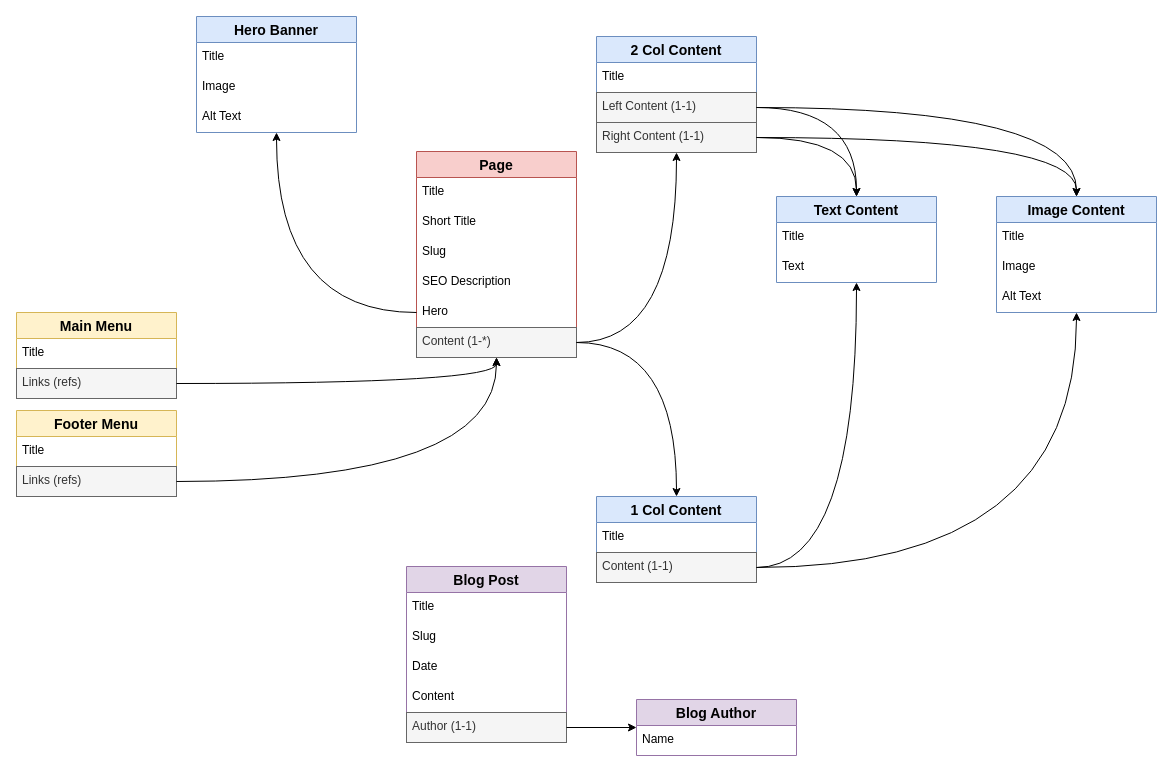
This is page "Content model" (2 of 3) of doc/overview.drawio from spacebetweentherapy/website, a draw.io file, before an edit. Source tidied: cells renumbered, new cells numbered last; positions are measured from the earlier drawing's top-left corner, leaving out a move shared by most shapes. Both pictures are drawn from the tidied source at 100%, with x=0, y=0 at pixel (16, 16).
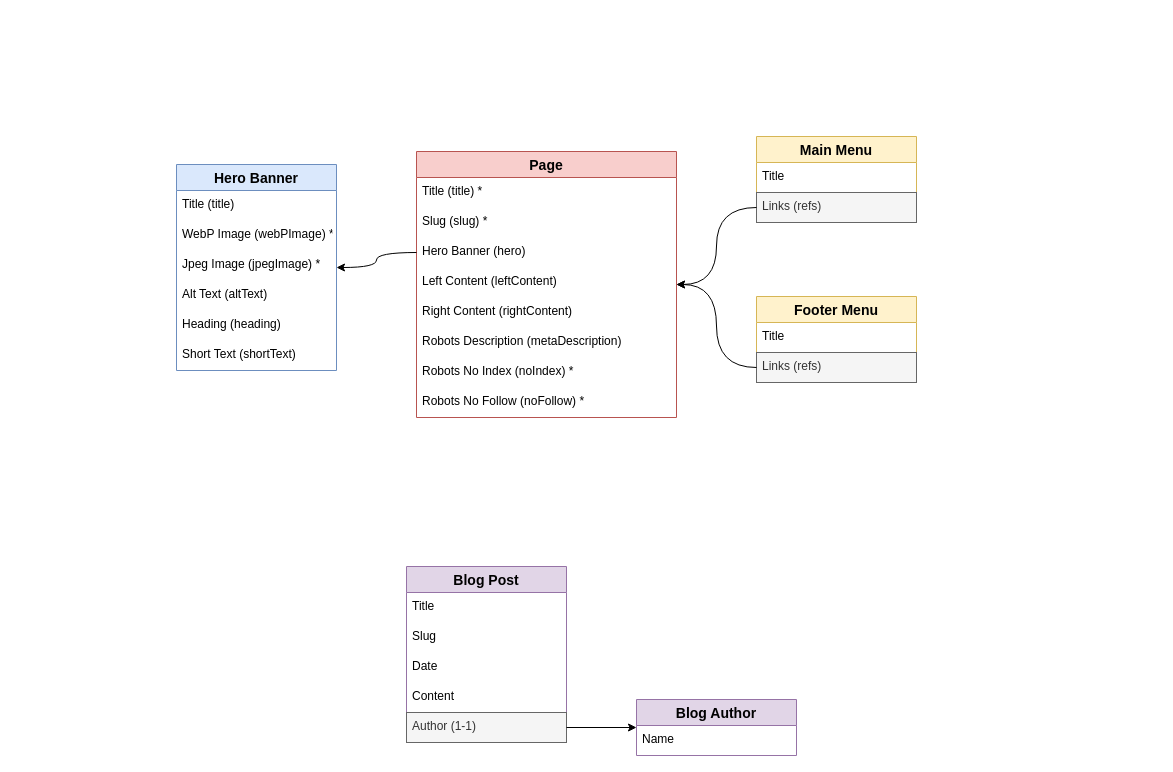
The same diagram, later.

What changed in the source:
```diff
@@
     <mxCell id="11" value="Hero Banner" style="swimlane;fontStyle=1;horizontal=1;startSize=26;align=center;fontSize=14;strokeColor=#6c8ebf;fillColor=#dae8fc;" parent="1" vertex="1">
-      <mxGeometry x="180" width="160" height="116" as="geometry" />
+      <mxGeometry x="160" y="148" width="160" height="206" as="geometry" />
     </mxCell>
-    <mxCell id="12" value="Title" style="text;strokeColor=none;fillColor=none;spacingLeft=4;spacingRight=4;overflow=hidden;fontSize=12;" parent="11" vertex="1">
+    <mxCell id="12" value="Title (title)" style="text;strokeColor=none;fillColor=none;spacingLeft=4;spacingRight=4;overflow=hidden;fontSize=12;" parent="11" vertex="1">
       <mxGeometry y="26" width="160" height="30" as="geometry" />
     </mxCell>
-    <mxCell id="13" value="Image" style="text;strokeColor=none;fillColor=none;spacingLeft=4;spacingRight=4;overflow=hidden;fontSize=12;" parent="11" vertex="1">
+    <mxCell id="13" value="WebP Image (webPImage) *" style="text;strokeColor=none;fillColor=none;spacingLeft=4;spacingRight=4;overflow=hidden;fontSize=12;" parent="11" vertex="1">
       <mxGeometry y="56" width="160" height="30" as="geometry" />
     </mxCell>
+    <mxCell id="53" value="Jpeg Image (jpegImage) *" style="text;strokeColor=none;fillColor=none;spacingLeft=4;spacingRight=4;overflow=hidden;fontSize=12;" parent="11" vertex="1">
+      <mxGeometry y="86" width="160" height="30" as="geometry" />
+    </mxCell>
-    <mxCell id="14" value="Alt Text" style="text;strokeColor=none;fillColor=none;spacingLeft=4;spacingRight=4;overflow=hidden;fontSize=12;" parent="11" vertex="1">
-      <mxGeometry y="86" width="160" height="30" as="geometry" />
+    <mxCell id="14" value="Alt Text (altText)" style="text;strokeColor=none;fillColor=none;spacingLeft=4;spacingRight=4;overflow=hidden;fontSize=12;" parent="11" vertex="1">
+      <mxGeometry y="116" width="160" height="30" as="geometry" />
     </mxCell>
+    <mxCell id="54" value="Heading (heading)" style="text;strokeColor=none;fillColor=none;spacingLeft=4;spacingRight=4;overflow=hidden;fontSize=12;" parent="11" vertex="1">
+      <mxGeometry y="146" width="160" height="30" as="geometry" />
+    </mxCell>
+    <mxCell id="55" value="Short Text (shortText)" style="text;strokeColor=none;fillColor=none;spacingLeft=4;spacingRight=4;overflow=hidden;fontSize=12;" parent="11" vertex="1">
+      <mxGeometry y="176" width="160" height="30" as="geometry" />
+    </mxCell>
     <mxCell id="15" value="Page" style="swimlane;fontStyle=1;horizontal=1;startSize=26;align=center;fontSize=14;strokeColor=#b85450;fillColor=#f8cecc;" parent="1" vertex="1">
-      <mxGeometry x="400" y="135" width="160" height="206" as="geometry" />
+      <mxGeometry x="400" y="135" width="260" height="266" as="geometry" />
     </mxCell>
-    <mxCell id="16" value="Title" style="text;strokeColor=none;fillColor=none;spacingLeft=4;spacingRight=4;overflow=hidden;fontSize=12;" parent="15" vertex="1">
-      <mxGeometry y="26" width="160" height="30" as="geometry" />
+    <mxCell id="16" value="Title (title) *" style="text;strokeColor=none;fillColor=none;spacingLeft=4;spacingRight=4;overflow=hidden;fontSize=12;" parent="15" vertex="1">
+      <mxGeometry y="26" width="260" height="30" as="geometry" />
     </mxCell>
-    <mxCell id="17" value="Short Title" style="text;strokeColor=none;fillColor=none;spacingLeft=4;spacingRight=4;overflow=hidden;fontSize=12;" parent="15" vertex="1">
-      <mxGeometry y="56" width="160" height="30" as="geometry" />
-    </mxCell>
-    <mxCell id="18" value="Slug" style="text;strokeColor=none;fillColor=none;spacingLeft=4;spacingRight=4;overflow=hidden;fontSize=12;" parent="15" vertex="1">
-      <mxGeometry y="86" width="160" height="30" as="geometry" />
+    <mxCell id="18" value="Slug (slug) *" style="text;strokeColor=none;fillColor=none;spacingLeft=4;spacingRight=4;overflow=hidden;fontSize=12;" parent="15" vertex="1">
+      <mxGeometry y="56" width="260" height="30" as="geometry" />
     </mxCell>
+    <mxCell id="20" value="Hero Banner (hero)" style="text;strokeColor=none;fillColor=none;spacingLeft=4;spacingRight=4;overflow=hidden;points=[[0,0.5],[1,0.5]];portConstraint=eastwest;fontSize=12;" parent="15" vertex="1">
+      <mxGeometry y="86" width="260" height="30" as="geometry" />
+    </mxCell>
+    <mxCell id="56" value="Left Content (leftContent)" style="text;strokeColor=none;fillColor=none;spacingLeft=4;spacingRight=4;overflow=hidden;fontSize=12;" parent="15" vertex="1">
+      <mxGeometry y="116" width="260" height="30" as="geometry" />
+    </mxCell>
+    <mxCell id="57" value="Right Content (rightContent)" style="text;strokeColor=none;fillColor=none;spacingLeft=4;spacingRight=4;overflow=hidden;fontSize=12;" parent="15" vertex="1">
+      <mxGeometry y="146" width="260" height="30" as="geometry" />
+    </mxCell>
-    <mxCell id="19" value="SEO Description" style="text;strokeColor=none;fillColor=none;spacingLeft=4;spacingRight=4;overflow=hidden;fontSize=12;" parent="15" vertex="1">
-      <mxGeometry y="116" width="160" height="30" as="geometry" />
+    <mxCell id="19" value="Robots Description (metaDescription)" style="text;strokeColor=none;fillColor=none;spacingLeft=4;spacingRight=4;overflow=hidden;fontSize=12;" parent="15" vertex="1">
+      <mxGeometry y="176" width="260" height="30" as="geometry" />
     </mxCell>
-    <mxCell id="20" value="Hero" style="text;strokeColor=none;fillColor=none;spacingLeft=4;spacingRight=4;overflow=hidden;points=[[0,0.5],[1,0.5]];portConstraint=eastwest;fontSize=12;" parent="15" vertex="1">
-      <mxGeometry y="146" width="160" height="30" as="geometry" />
-    </mxCell>
-    <mxCell id="21" value="Content (1-*)" style="text;spacingLeft=4;spacingRight=4;overflow=hidden;points=[[0,0.5],[1,0.5]];portConstraint=eastwest;fontSize=12;strokeColor=#666666;fillColor=#f5f5f5;fontColor=#333333;" parent="15" vertex="1">
-      <mxGeometry y="176" width="160" height="30" as="geometry" />
-    </mxCell>
-    <mxCell id="22" value="2 Col Content" style="swimlane;fontStyle=1;horizontal=1;startSize=26;align=center;fontSize=14;strokeColor=#6c8ebf;fillColor=#dae8fc;" parent="1" vertex="1">
-      <mxGeometry x="580" y="20" width="160" height="116" as="geometry" />
-    </mxCell>
-    <mxCell id="23" value="Title" style="text;strokeColor=none;fillColor=none;spacingLeft=4;spacingRight=4;overflow=hidden;fontSize=12;" parent="22" vertex="1">
-      <mxGeometry y="26" width="160" height="30" as="geometry" />
-    </mxCell>
-    <mxCell id="24" value="Left Content (1-1)" style="text;strokeColor=#666666;fillColor=#f5f5f5;spacingLeft=4;spacingRight=4;overflow=hidden;points=[[0,0.5],[1,0.5]];portConstraint=eastwest;fontSize=12;fontColor=#333333;" parent="22" vertex="1">
-      <mxGeometry y="56" width="160" height="30" as="geometry" />
-    </mxCell>
-    <mxCell id="25" value="Right Content (1-1)" style="text;strokeColor=#666666;fillColor=#f5f5f5;spacingLeft=4;spacingRight=4;overflow=hidden;points=[[0,0.5],[1,0.5]];portConstraint=eastwest;fontSize=12;fontColor=#333333;" parent="22" vertex="1">
-      <mxGeometry y="86" width="160" height="30" as="geometry" />
-    </mxCell>
+    <mxCell id="58" value="Robots No Index (noIndex) *" style="text;strokeColor=none;fillColor=none;spacingLeft=4;spacingRight=4;overflow=hidden;fontSize=12;" parent="15" vertex="1">
+      <mxGeometry y="206" width="260" height="30" as="geometry" />
+    </mxCell>
+    <mxCell id="59" value="Robots No Follow (noFollow) *" style="text;strokeColor=none;fillColor=none;spacingLeft=4;spacingRight=4;overflow=hidden;fontSize=12;" parent="15" vertex="1">
+      <mxGeometry y="236" width="260" height="30" as="geometry" />
+    </mxCell>
@@
-    <mxCell id="27" style="edgeStyle=orthogonalEdgeStyle;jettySize=auto;html=1;curved=1;" parent="1" edge="1" source="21" target="22">
-      <mxGeometry relative="1" as="geometry" />
-    </mxCell>
-    <mxCell id="28" value="Text Content" style="swimlane;fontStyle=1;horizontal=1;startSize=26;align=center;fontSize=14;strokeColor=#6c8ebf;fillColor=#dae8fc;" parent="1" vertex="1">
-      <mxGeometry x="760" y="180" width="160" height="86" as="geometry" />
-    </mxCell>
-    <mxCell id="29" value="Title" style="text;strokeColor=none;fillColor=none;spacingLeft=4;spacingRight=4;overflow=hidden;fontSize=12;" parent="28" vertex="1">
-      <mxGeometry y="26" width="160" height="30" as="geometry" />
-    </mxCell>
-    <mxCell id="30" value="Text" style="text;strokeColor=none;fillColor=none;spacingLeft=4;spacingRight=4;overflow=hidden;fontSize=12;" parent="28" vertex="1">
-      <mxGeometry y="56" width="160" height="30" as="geometry" />
-    </mxCell>
-    <mxCell id="31" value="Image Content" style="swimlane;fontStyle=1;horizontal=1;startSize=26;align=center;fontSize=14;strokeColor=#6c8ebf;fillColor=#dae8fc;" parent="1" vertex="1">
-      <mxGeometry x="980" y="180" width="160" height="116" as="geometry" />
-    </mxCell>
-    <mxCell id="32" value="Title" style="text;strokeColor=none;fillColor=none;spacingLeft=4;spacingRight=4;overflow=hidden;fontSize=12;" parent="31" vertex="1">
-      <mxGeometry y="26" width="160" height="30" as="geometry" />
-    </mxCell>
-    <mxCell id="33" value="Image" style="text;strokeColor=none;fillColor=none;spacingLeft=4;spacingRight=4;overflow=hidden;fontSize=12;" parent="31" vertex="1">
-      <mxGeometry y="56" width="160" height="30" as="geometry" />
-    </mxCell>
-    <mxCell id="34" value="Alt Text" style="text;strokeColor=none;fillColor=none;spacingLeft=4;spacingRight=4;overflow=hidden;fontSize=12;" parent="31" vertex="1">
-      <mxGeometry y="86" width="160" height="30" as="geometry" />
-    </mxCell>
-    <mxCell id="35" style="edgeStyle=orthogonalEdgeStyle;curved=1;jettySize=auto;html=1;strokeColor=#000000;" parent="1" edge="1" source="24" target="28">
-      <mxGeometry relative="1" as="geometry" />
+    <mxCell id="35" style="edgeStyle=orthogonalEdgeStyle;curved=1;orthogonalLoop=1;jettySize=auto;html=1;strokeColor=#000000;" parent="1" edge="1">
+      <mxGeometry relative="1" as="geometry">
+        <mxPoint x="740" y="91" as="sourcePoint" />
+      </mxGeometry>
     </mxCell>
-    <mxCell id="36" style="edgeStyle=orthogonalEdgeStyle;curved=1;jettySize=auto;html=1;strokeColor=#000000;" parent="1" edge="1" source="24" target="31">
-      <mxGeometry relative="1" as="geometry" />
-    </mxCell>
-    <mxCell id="37" style="edgeStyle=orthogonalEdgeStyle;curved=1;jettySize=auto;html=1;strokeColor=#000000;" parent="1" edge="1" source="25" target="28">
-      <mxGeometry relative="1" as="geometry" />
+    <mxCell id="37" style="edgeStyle=orthogonalEdgeStyle;curved=1;orthogonalLoop=1;jettySize=auto;html=1;strokeColor=#000000;" parent="1" edge="1">
+      <mxGeometry relative="1" as="geometry">
+        <mxPoint x="740" y="121" as="sourcePoint" />
+      </mxGeometry>
     </mxCell>
-    <mxCell id="38" style="edgeStyle=orthogonalEdgeStyle;curved=1;jettySize=auto;html=1;strokeColor=#000000;" parent="1" edge="1" source="25" target="31">
-      <mxGeometry relative="1" as="geometry" />
-    </mxCell>
-    <mxCell id="39" value="1 Col Content" style="swimlane;fontStyle=1;horizontal=1;startSize=26;align=center;fontSize=14;strokeColor=#6c8ebf;fillColor=#dae8fc;" parent="1" vertex="1">
-      <mxGeometry x="580" y="480" width="160" height="86" as="geometry" />
-    </mxCell>
-    <mxCell id="40" value="Title" style="text;strokeColor=none;fillColor=none;spacingLeft=4;spacingRight=4;overflow=hidden;fontSize=12;" parent="39" vertex="1">
-      <mxGeometry y="26" width="160" height="30" as="geometry" />
-    </mxCell>
-    <mxCell id="41" value="Content (1-1)" style="text;strokeColor=#666666;fillColor=#f5f5f5;spacingLeft=4;spacingRight=4;overflow=hidden;points=[[0,0.5],[1,0.5]];portConstraint=eastwest;fontSize=12;fontColor=#333333;" parent="39" vertex="1">
-      <mxGeometry y="56" width="160" height="30" as="geometry" />
-    </mxCell>
-    <mxCell id="42" style="edgeStyle=orthogonalEdgeStyle;curved=1;jettySize=auto;html=1;strokeColor=#000000;" parent="1" edge="1" source="21" target="39">
-      <mxGeometry relative="1" as="geometry" />
-    </mxCell>
-    <mxCell id="43" style="edgeStyle=orthogonalEdgeStyle;curved=1;jettySize=auto;html=1;strokeColor=#000000;" parent="1" edge="1" source="41" target="28">
-      <mxGeometry relative="1" as="geometry" />
-    </mxCell>
-    <mxCell id="44" style="edgeStyle=orthogonalEdgeStyle;curved=1;jettySize=auto;html=1;strokeColor=#000000;" parent="1" edge="1" source="41" target="31">
-      <mxGeometry relative="1" as="geometry" />
-    </mxCell>
     <mxCell id="45" value="Main Menu" style="swimlane;fontStyle=1;horizontal=1;startSize=26;align=center;fontSize=14;strokeColor=#d6b656;fillColor=#fff2cc;" parent="1" vertex="1">
-      <mxGeometry y="296" width="160" height="86" as="geometry" />
+      <mxGeometry x="740" y="120" width="160" height="86" as="geometry" />
     </mxCell>
@@
     <mxCell id="49" value="Footer Menu" style="swimlane;fontStyle=1;horizontal=1;startSize=26;align=center;fontSize=14;strokeColor=#d6b656;fillColor=#fff2cc;" parent="1" vertex="1">
-      <mxGeometry y="394" width="160" height="86" as="geometry" />
+      <mxGeometry x="740" y="280" width="160" height="86" as="geometry" />
     </mxCell>
```
